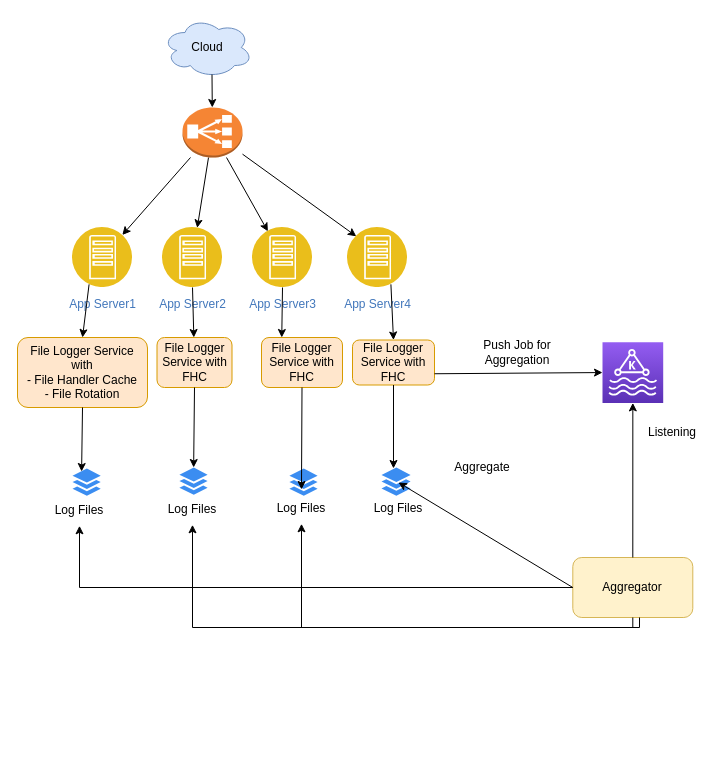
The draw.io diagram src/LoggingSolution/Logging-File-Aggregation.drawio in Anshul619/HLD-System-Designs, before the edit. Source tidied: cells renumbered, new cells numbered last; positions are measured from the earlier drawing's top-left corner, leaving out a move shared by most shapes. Both pictures are drawn from the tidied source at 100%, with x=0, y=0 at pixel (17, 17).
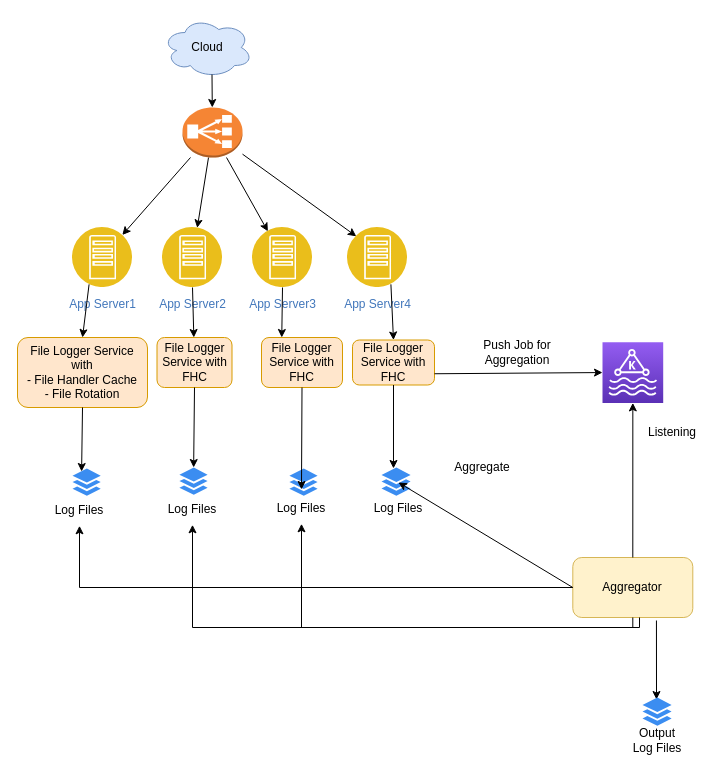
Above is the later version.

The change refers to these unchanged cells:
```xml
<mxCell id="36" value="Aggregator" style="rounded=1;whiteSpace=wrap;html=1;fillColor=#fff2cc;strokeColor=#d6b656;" parent="1" vertex="1">
  <mxGeometry x="555.3" y="540" width="120" height="60" as="geometry" />
</mxCell>
```

The edit, as a diff of the source:
```diff
@@
+    <mxCell id="44" style="endArrow=classic;html=1;rounded=0;exitX=0.697;exitY=1.05;exitDx=0;exitDy=0;exitPerimeter=0;" parent="1" edge="1" source="36">
+      <mxGeometry relative="1" as="geometry">
+        <mxPoint x="639" y="682" as="targetPoint" />
+      </mxGeometry>
+    </mxCell>
+    <mxCell id="45" style="sketch=0;html=1;strokeColor=none;shadow=0;align=center;verticalAlign=top;fillColor=#3B8DF1;shape=mxgraph.gcp2.files;" parent="1" vertex="1">
+      <mxGeometry x="625" y="680" width="29.1" height="28.2" as="geometry" />
+    </mxCell>
+    <mxCell id="46" value="Output Log Files" style="text;html=1;strokeColor=none;fillColor=none;align=center;verticalAlign=middle;whiteSpace=wrap;rounded=0;" parent="1" vertex="1">
+      <mxGeometry x="609.6" y="708.2" width="60" height="30" as="geometry" />
+    </mxCell>
```
